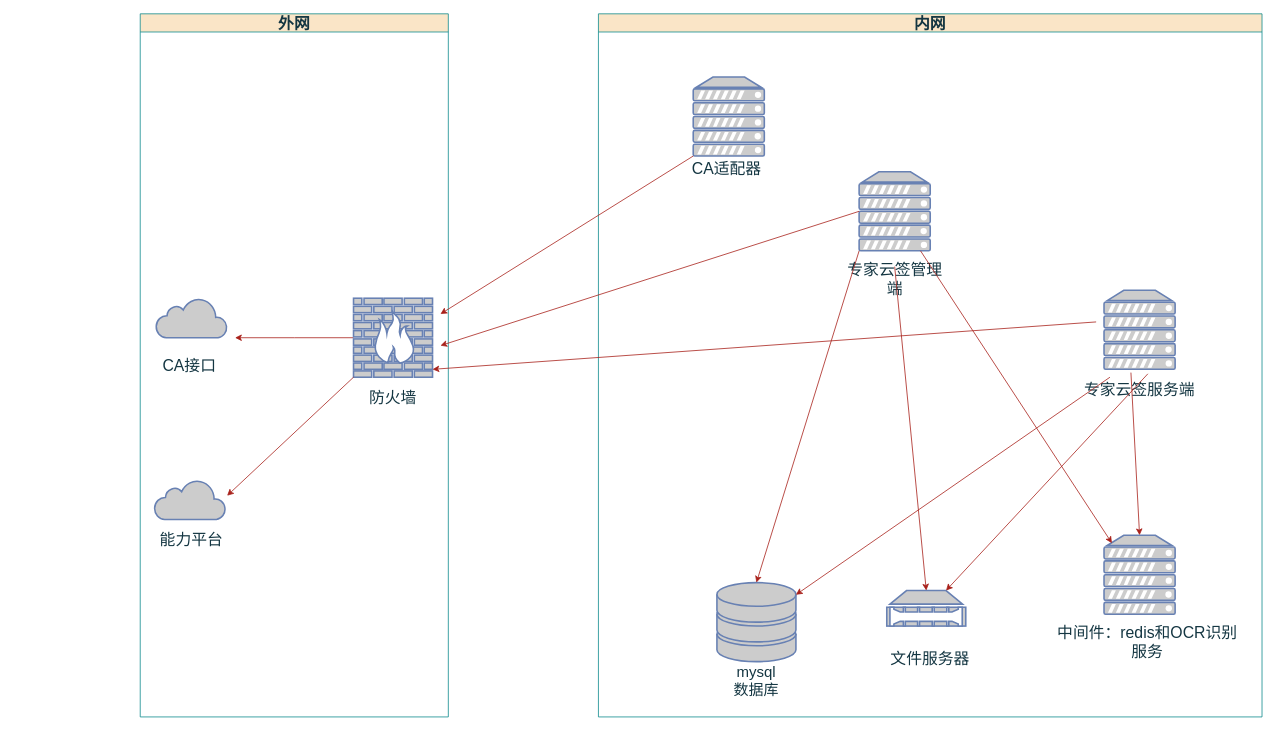
This is 未命名绘图.drawio from ljhaust/ssmstudy, a draw.io file, before an edit. Source tidied: cells renumbered, new cells numbered last; positions are measured from the earlier drawing's top-left corner, leaving out a move shared by most shapes. Both pictures are drawn from the tidied source at 79%, with x=0, y=0 at pixel (140, 13).
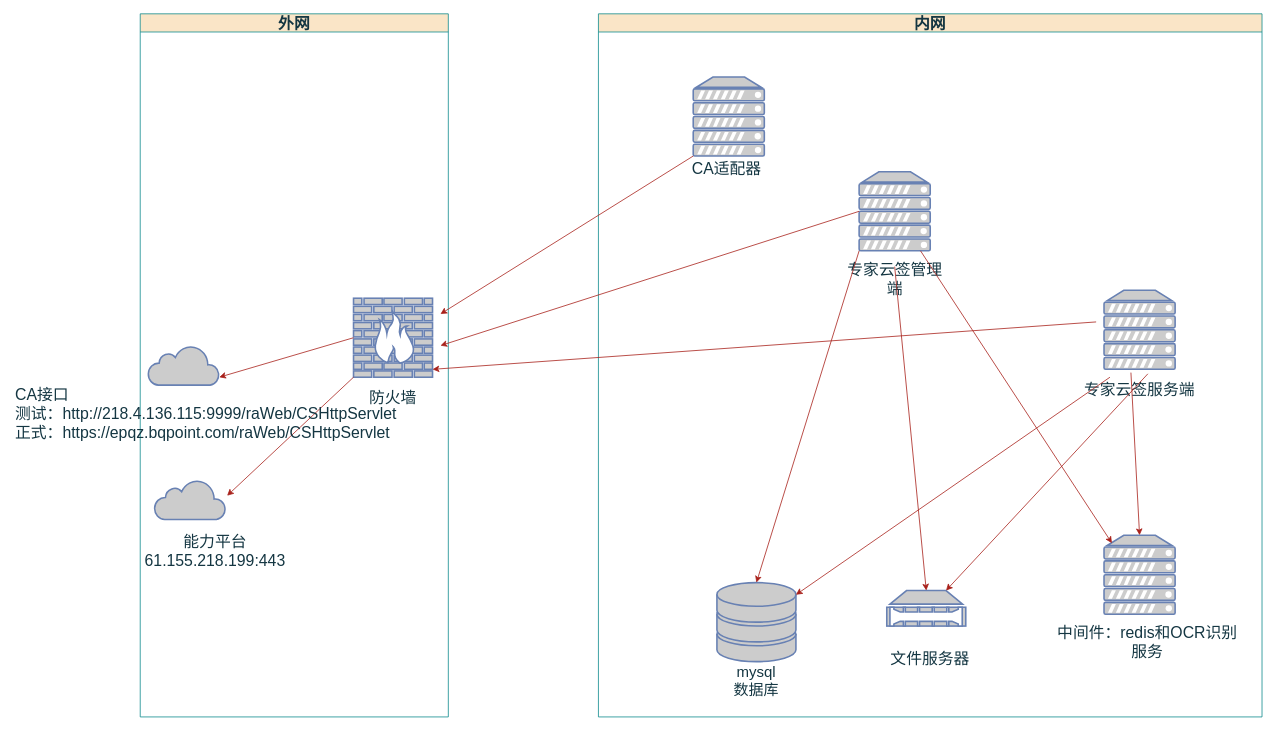
The same page after the edit.

Commit message:
更新未命名绘图.drawio

Unchanged cells that the change refers to:
```xml
<mxCell id="21" value="&lt;font style=&quot;font-size: 20px;&quot;&gt;外网&lt;/font&gt;" style="swimlane;whiteSpace=wrap;html=1;strokeColor=#0F8B8D;fontColor=#143642;fillColor=#FAE5C7;" parent="1" vertex="1">
  <mxGeometry width="390" height="890" as="geometry" />
</mxCell>
<mxCell id="23" style="fontColor=#0066CC;verticalAlign=top;verticalLabelPosition=bottom;labelPosition=center;align=center;html=1;outlineConnect=0;fillColor=#CCCCCC;strokeColor=#6881B3;gradientColor=none;gradientDirection=north;strokeWidth=2;shape=mxgraph.networks.firewall;" parent="21" vertex="1">
  <mxGeometry x="270" y="360" width="100" height="100" as="geometry" />
</mxCell>
```

Change to the diagram source:
```diff
@@
-    <mxCell id="22" style="edgeStyle=orthogonalEdgeStyle;rounded=0;jettySize=auto;html=1;strokeColor=#A8201A;fontColor=#143642;fillColor=#FAE5C7;" parent="21" edge="1" source="23">
-      <mxGeometry relative="1" as="geometry">
-        <mxPoint x="120" y="410" as="targetPoint" />
-      </mxGeometry>
-    </mxCell>
@@
     <mxCell id="24" style="html=1;outlineConnect=0;fillColor=#CCCCCC;strokeColor=#6881B3;gradientColor=none;gradientDirection=north;strokeWidth=2;shape=mxgraph.networks.cloud;fontColor=#ffffff;" parent="21" vertex="1">
-      <mxGeometry x="20" y="360" width="90" height="50" as="geometry" />
+      <mxGeometry x="10" y="420" width="90" height="50" as="geometry" />
     </mxCell>
-    <mxCell id="25" value="CA接口" style="text;html=1;align=center;verticalAlign=middle;whiteSpace=wrap;rounded=0;fontColor=#143642;fontSize=20;" parent="21" vertex="1">
-      <mxGeometry x="15" y="430" width="95" height="30" as="geometry" />
-    </mxCell>
@@
-    <mxCell id="28" value="能力平台" style="text;html=1;align=center;verticalAlign=middle;whiteSpace=wrap;rounded=0;fontColor=#143642;fontSize=20;" parent="21" vertex="1">
-      <mxGeometry x="20" y="650" width="90" height="30" as="geometry" />
+    <mxCell id="28" value="能力平台 61.155.218.199:443" style="text;html=1;align=center;verticalAlign=middle;whiteSpace=wrap;rounded=0;fontColor=#143642;fontSize=20;" parent="21" vertex="1">
+      <mxGeometry y="650" width="190" height="60" as="geometry" />
     </mxCell>
+    <mxCell id="33" style="edgeStyle=none;jettySize=auto;html=1;rounded=0;strokeColor=#A8201A;fontColor=#143642;fillColor=#FAE5C7;entryX=1;entryY=0.8;entryDx=0;entryDy=0;entryPerimeter=0;exitX=0;exitY=0.5;exitDx=0;exitDy=0;exitPerimeter=0;" parent="21" edge="1" source="23" target="24">
+      <mxGeometry relative="1" as="geometry" />
+    </mxCell>
@@
+    <mxCell id="25" value="CA接口&lt;div&gt;测试：http://218.4.136.115:9999/raWeb/CSHttpServlet&lt;/div&gt;&lt;div&gt;正式：&lt;span style=&quot;background-color: initial;&quot;&gt;https://epqz.bqpoint.com/raWeb/CSHttpServlet&lt;/span&gt;&lt;/div&gt;" style="text;html=1;align=left;verticalAlign=middle;whiteSpace=wrap;rounded=0;fontColor=#143642;fontSize=20;" parent="1" vertex="1">
+      <mxGeometry x="-160" y="460" width="530" height="90" as="geometry" />
+    </mxCell>
```
